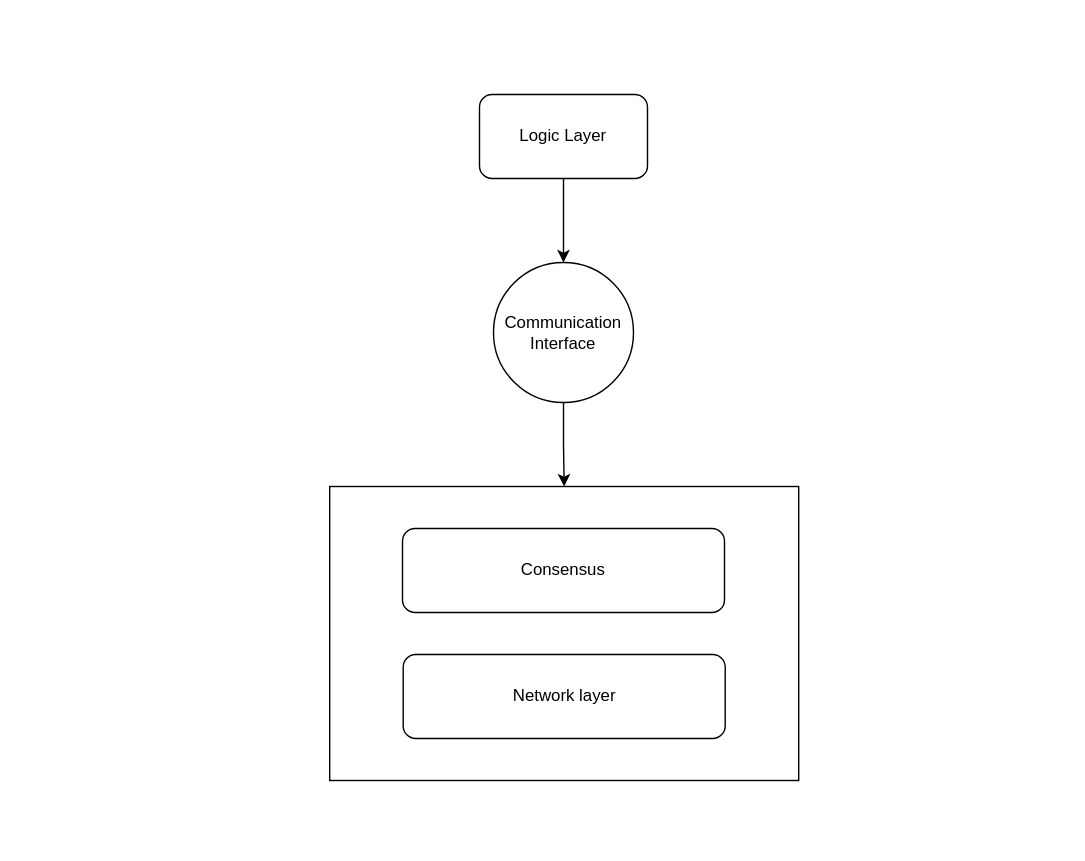
This is blockchain-core-components.drawio from ali-05-ahmed/Concept-Diagrams, a draw.io file, before an edit. Source tidied: cells renumbered, new cells numbered last; positions are measured from the earlier drawing's top-left corner, leaving out a move shared by most shapes. Both pictures are drawn from the tidied source at 140%, with x=0, y=0 at pixel (329, 94).
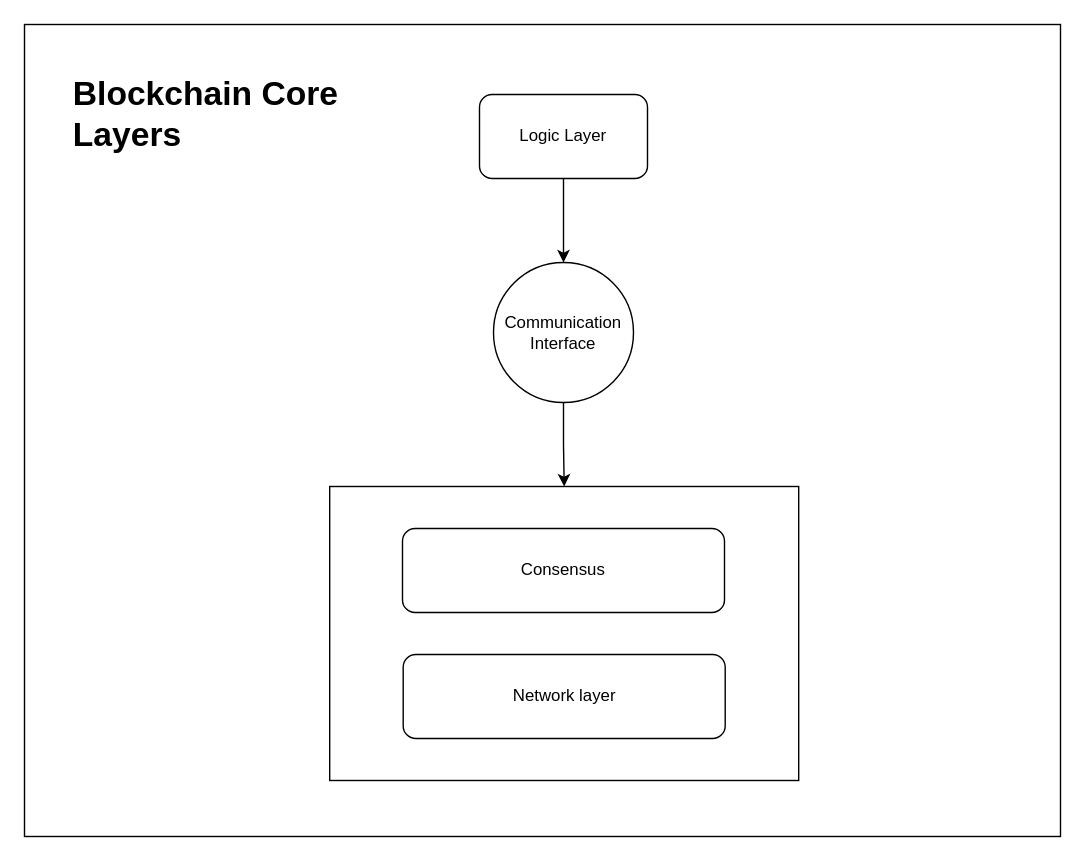
The same page after the edit.

Diff of the diagram source:
```diff
@@
 <mxGraphModel>
   <root>
     <mxCell id="0" />
     <mxCell id="1" parent="0" />
+    <mxCell id="9" style="rounded=0;whiteSpace=wrap;html=1;" parent="1" vertex="1">
+      <mxGeometry x="-218" y="-50" width="740" height="580" as="geometry" />
+    </mxCell>
     <mxCell id="2" style="edgeStyle=orthogonalEdgeStyle;rounded=0;jettySize=auto;html=1;" parent="1" edge="1" source="3" target="5">
       <mxGeometry relative="1" as="geometry" />
     </mxCell>
     <mxCell id="3" value="Logic Layer" style="rounded=1;whiteSpace=wrap;html=1;" parent="1" vertex="1">
       <mxGeometry x="107" width="120" height="60" as="geometry" />
     </mxCell>
     <mxCell id="4" style="edgeStyle=orthogonalEdgeStyle;rounded=0;jettySize=auto;html=1;entryX=0.5;entryY=0;entryDx=0;entryDy=0;" parent="1" edge="1" source="5" target="6">
       <mxGeometry relative="1" as="geometry" />
     </mxCell>
     <mxCell id="5" value="Communication&lt;br&gt;Interface" style="ellipse;whiteSpace=wrap;html=1;" parent="1" vertex="1">
       <mxGeometry x="117" y="120" width="100" height="100" as="geometry" />
     </mxCell>
     <mxCell id="6" style="rounded=0;whiteSpace=wrap;html=1;" parent="1" vertex="1">
       <mxGeometry y="280" width="335" height="210" as="geometry" />
     </mxCell>
     <mxCell id="7" value="Consensus" style="rounded=1;whiteSpace=wrap;html=1;" parent="1" vertex="1">
       <mxGeometry x="52" y="310" width="230" height="60" as="geometry" />
     </mxCell>
     <mxCell id="8" value="Network layer" style="rounded=1;whiteSpace=wrap;html=1;" parent="1" vertex="1">
       <mxGeometry x="52.5" y="400" width="230" height="60" as="geometry" />
     </mxCell>
+    <mxCell id="10" value="&lt;h1&gt;Blockchain Core Layers&lt;/h1&gt;" style="text;html=1;strokeColor=none;fillColor=none;spacing=5;spacingTop=-20;whiteSpace=wrap;overflow=hidden;rounded=0;" parent="1" vertex="1">
+      <mxGeometry x="-188" y="-20" width="210" height="70" as="geometry" />
+    </mxCell>
   </root>
 </mxGraphModel>
```
